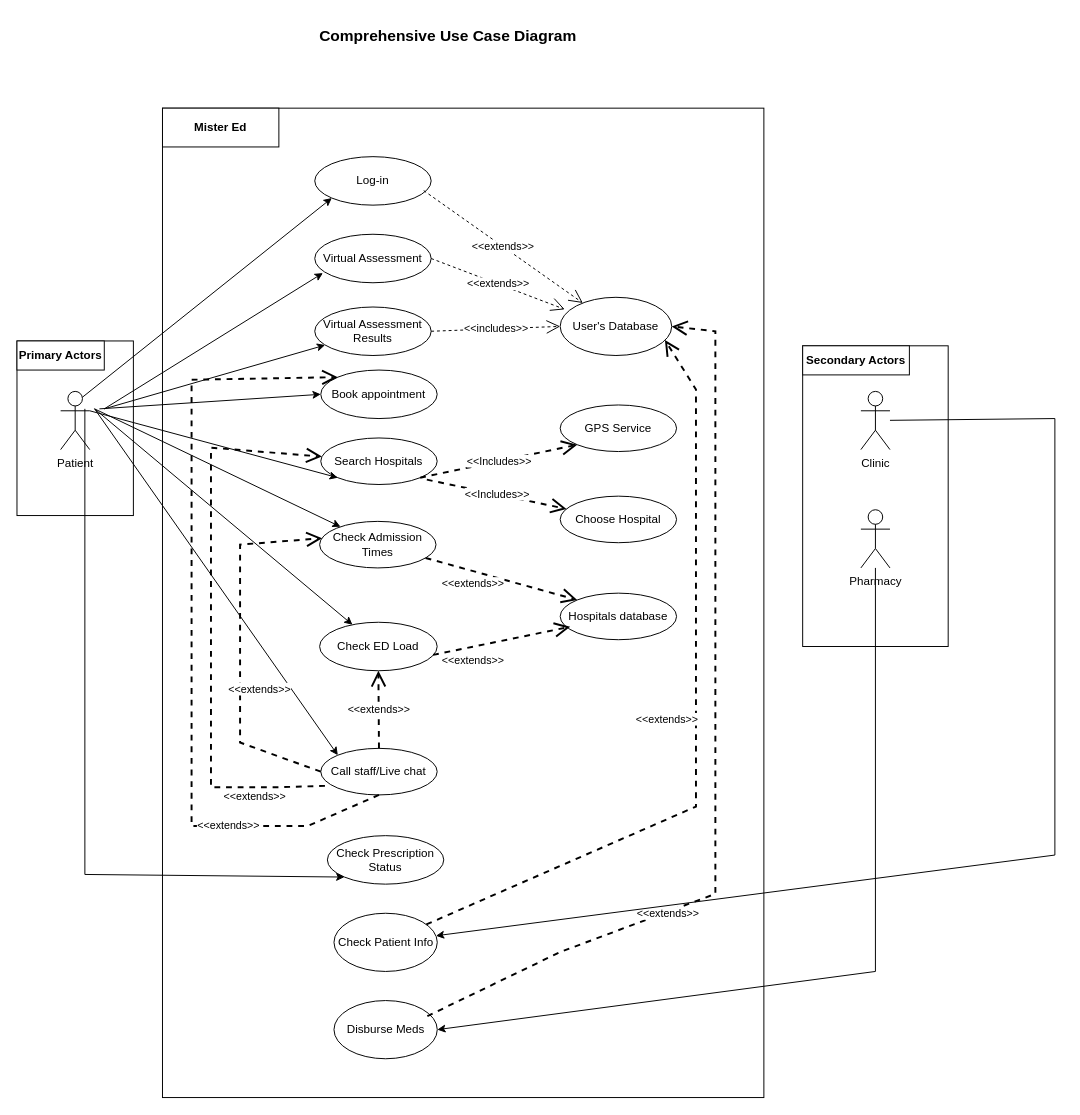
This is UC_03.drawio from SENG-350-2024-fall/Team-6, a draw.io file, before an edit. Source tidied: cells renumbered, new cells numbered last; positions are measured from the earlier drawing's top-left corner, leaving out a move shared by most shapes. Both pictures are drawn from the tidied source at 97%, with x=0, y=0 at pixel (16, 20).
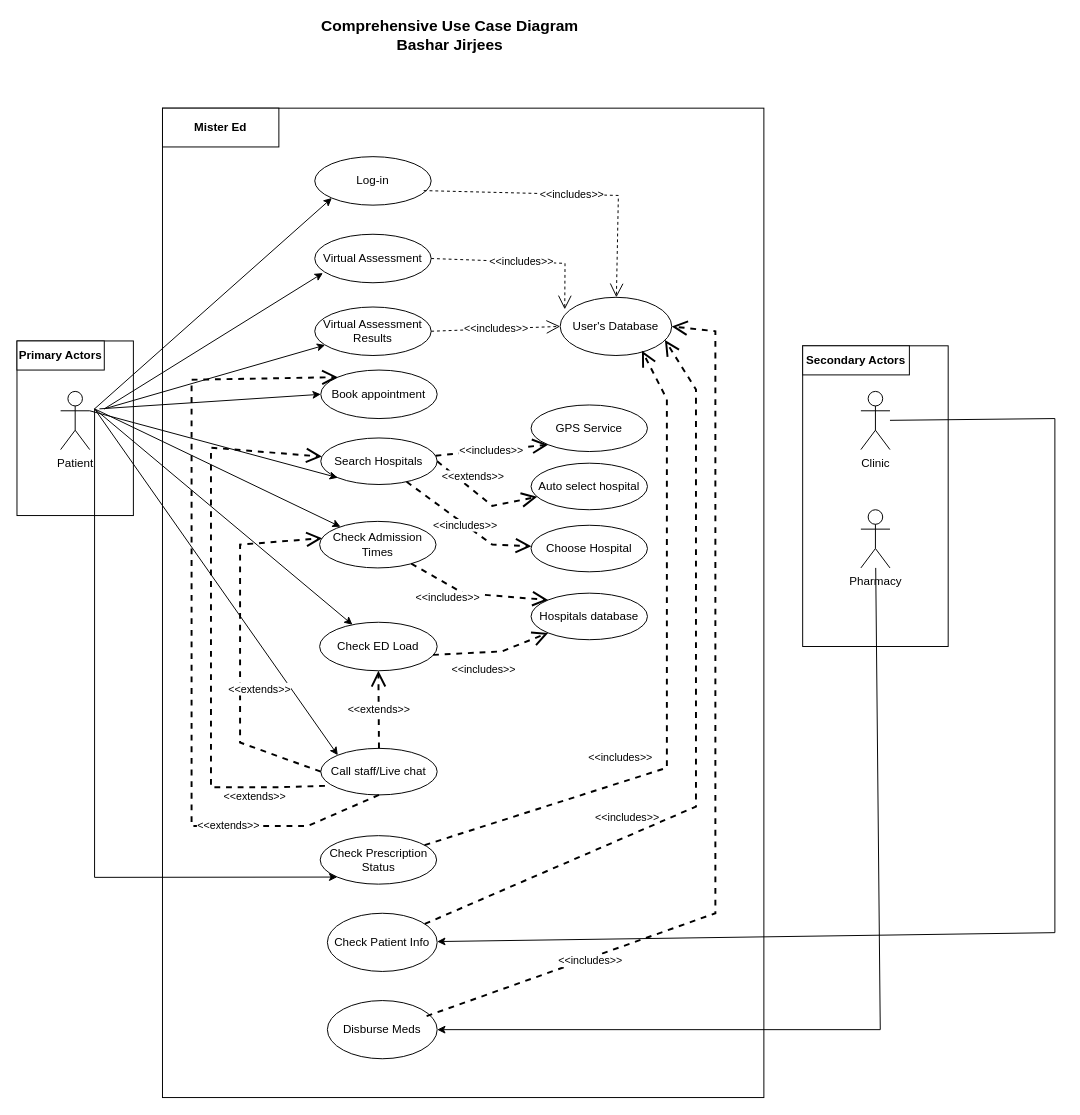
The same diagram, later.

Unchanged cells that the change refers to:
```xml
<mxCell id="3" value="Patient" style="shape=umlActor;verticalLabelPosition=bottom;verticalAlign=top;html=1;outlineConnect=0;" parent="1" vertex="1">
  <mxGeometry x="45" y="382" width="30" height="60" as="geometry" />
</mxCell>
<mxCell id="7" value="Check ED Load" style="ellipse;whiteSpace=wrap;html=1;" parent="1" vertex="1">
  <mxGeometry x="312" y="620" width="121.2" height="50" as="geometry" />
</mxCell>
<mxCell id="8" value="Check Admission Times" style="ellipse;whiteSpace=wrap;html=1;" parent="1" vertex="1">
  <mxGeometry x="312" y="516" width="120" height="48" as="geometry" />
</mxCell>
<mxCell id="10" value="Search Hospitals" style="ellipse;whiteSpace=wrap;html=1;" parent="1" vertex="1">
  <mxGeometry x="313.2" y="430" width="120" height="48" as="geometry" />
</mxCell>
<mxCell id="25" value="Log-in" style="ellipse;whiteSpace=wrap;html=1;" parent="1" vertex="1">
  <mxGeometry x="307" y="140" width="120" height="50" as="geometry" />
</mxCell>
<mxCell id="26" value="User's Database" style="ellipse;whiteSpace=wrap;html=1;" parent="1" vertex="1">
  <mxGeometry x="560" y="285" width="115" height="60" as="geometry" />
</mxCell>
<mxCell id="32" value="Clinic" style="shape=umlActor;verticalLabelPosition=bottom;verticalAlign=top;html=1;outlineConnect=0;" parent="1" vertex="1">
  <mxGeometry x="870" y="382" width="30" height="60" as="geometry" />
</mxCell>
<mxCell id="33" value="Pharmacy" style="shape=umlActor;verticalLabelPosition=bottom;verticalAlign=top;html=1;outlineConnect=0;" parent="1" vertex="1">
  <mxGeometry x="870" y="504" width="30" height="60" as="geometry" />
</mxCell>
<mxCell id="42" value="Virtual Assessment " style="ellipse;whiteSpace=wrap;html=1;" parent="1" vertex="1">
  <mxGeometry x="307" y="220" width="120" height="50" as="geometry" />
</mxCell>
```

What changed in the source:
```diff
@@
     <mxCell id="9" value="Hospitals database" style="ellipse;whiteSpace=wrap;html=1;" parent="1" vertex="1">
-      <mxGeometry x="560" y="590" width="120" height="48" as="geometry" />
+      <mxGeometry x="530" y="590" width="120" height="48" as="geometry" />
     </mxCell>
@@
     <mxCell id="16" value="GPS Service" style="ellipse;whiteSpace=wrap;html=1;" parent="1" vertex="1">
-      <mxGeometry x="560" y="396" width="120" height="48" as="geometry" />
+      <mxGeometry x="530" y="396" width="120" height="48" as="geometry" />
     </mxCell>
-    <mxCell id="17" value="&amp;lt;&amp;lt;Includes&amp;gt;&amp;gt;" style="endArrow=open;endSize=12;dashed=1;html=1;rounded=0;exitX=1;exitY=1;exitDx=0;exitDy=0;entryX=0;entryY=1;entryDx=0;entryDy=0;strokeWidth=2;" parent="1" edge="1" source="10" target="16">
+    <mxCell id="17" value="&amp;lt;&amp;lt;includes&amp;gt;&amp;gt;" style="endArrow=open;endSize=12;dashed=1;html=1;rounded=0;entryX=0;entryY=1;entryDx=0;entryDy=0;strokeWidth=2;" parent="1" edge="1" source="10" target="16">
       <mxGeometry relative="1" as="geometry" />
     </mxCell>
     <mxCell id="18" value="Choose Hospital" style="ellipse;whiteSpace=wrap;html=1;" parent="1" vertex="1">
-      <mxGeometry x="560" y="490" width="120" height="48" as="geometry" />
+      <mxGeometry x="530" y="520" width="120" height="48" as="geometry" />
     </mxCell>
-    <mxCell id="19" value="&amp;lt;&amp;lt;Includes&amp;gt;&amp;gt;" style="endArrow=open;endSize=12;dashed=1;html=1;rounded=0;exitX=0.911;exitY=0.896;exitDx=0;exitDy=0;exitPerimeter=0;strokeWidth=2;" parent="1" edge="1" source="10" target="18">
-      <mxGeometry relative="1" as="geometry" />
+    <mxCell id="19" value="&amp;lt;&amp;lt;includes&amp;gt;&amp;gt;" style="endArrow=open;endSize=12;dashed=1;html=1;rounded=0;strokeWidth=2;" parent="1" edge="1" source="10" target="18">
+      <mxGeometry relative="1" as="geometry">
+        <Array as="points">
+          <mxPoint x="490" y="540" />
+        </Array>
+      </mxGeometry>
     </mxCell>
-    <mxCell id="20" value="&amp;lt;&amp;lt;extends&amp;gt;&amp;gt;" style="endArrow=open;endSize=12;dashed=1;html=1;rounded=0;entryX=0;entryY=0;entryDx=0;entryDy=0;strokeWidth=2;" parent="1" edge="1" source="8" target="9">
-      <mxGeometry x="-0.33" y="-12" relative="1" as="geometry" />
+    <mxCell id="20" value="&amp;lt;&amp;lt;includes&amp;gt;&amp;gt;" style="endArrow=open;endSize=12;dashed=1;html=1;rounded=0;entryX=0;entryY=0;entryDx=0;entryDy=0;strokeWidth=2;" parent="1" edge="1" source="8" target="9">
+      <mxGeometry x="-0.33" y="-12" relative="1" as="geometry">
+        <Array as="points">
+          <mxPoint x="460" y="590" />
+        </Array>
+      </mxGeometry>
     </mxCell>
-    <mxCell id="21" value="&amp;lt;&amp;lt;extends&amp;gt;&amp;gt;" style="endArrow=open;endSize=12;dashed=1;html=1;rounded=0;entryX=0.086;entryY=0.722;entryDx=0;entryDy=0;exitX=0.965;exitY=0.673;exitDx=0;exitDy=0;exitPerimeter=0;entryPerimeter=0;strokeWidth=2;" parent="1" edge="1" source="7" target="9">
-      <mxGeometry x="-0.46" y="-14" relative="1" as="geometry" />
+    <mxCell id="21" value="&amp;lt;&amp;lt;includes&amp;gt;&amp;gt;" style="endArrow=open;endSize=12;dashed=1;html=1;rounded=0;entryX=0;entryY=1;entryDx=0;entryDy=0;exitX=0.965;exitY=0.673;exitDx=0;exitDy=0;exitPerimeter=0;strokeWidth=2;" parent="1" edge="1" source="7" target="9">
+      <mxGeometry x="-0.19" y="-18" relative="1" as="geometry">
+        <Array as="points">
+          <mxPoint x="500" y="650" />
+        </Array>
+        <mxPoint x="1" as="offset" />
+      </mxGeometry>
     </mxCell>
@@
-    <mxCell id="24" value="&lt;font style=&quot;font-size: 16px;&quot;&gt;&lt;b&gt;Comprehensive Use Case Diagram&lt;br&gt;&lt;/b&gt;&lt;/font&gt;" style="text;html=1;align=center;verticalAlign=middle;whiteSpace=wrap;rounded=0;" parent="1" vertex="1">
-      <mxGeometry x="307" width="275" height="30" as="geometry" />
+    <mxCell id="24" value="&lt;font style=&quot;font-size: 16px;&quot;&gt;&lt;b&gt;Comprehensive Use Case Diagram&lt;br&gt;Bashar Jirjees&lt;/b&gt;&lt;/font&gt;" style="text;html=1;align=center;verticalAlign=middle;whiteSpace=wrap;rounded=0;" parent="1" vertex="1">
+      <mxGeometry x="309" width="275" height="30" as="geometry" />
     </mxCell>
@@
-    <mxCell id="27" value="&amp;lt;&amp;lt;extends&amp;gt;&amp;gt;" style="endArrow=open;endSize=12;dashed=1;html=1;rounded=0;exitX=0.936;exitY=0.7;exitDx=0;exitDy=0;exitPerimeter=0;" parent="1" edge="1" source="25" target="26">
-      <mxGeometry relative="1" as="geometry" />
+    <mxCell id="27" value="&amp;lt;&amp;lt;includes&amp;gt;&amp;gt;" style="endArrow=open;endSize=12;dashed=1;html=1;rounded=0;exitX=0.936;exitY=0.7;exitDx=0;exitDy=0;exitPerimeter=0;" parent="1" edge="1" source="25" target="26">
+      <mxGeometry relative="1" as="geometry">
+        <Array as="points">
+          <mxPoint x="620" y="180" />
+        </Array>
+      </mxGeometry>
     </mxCell>
@@
     <mxCell id="34" value="Check Patient Info" style="ellipse;whiteSpace=wrap;html=1;" parent="1" vertex="1">
-      <mxGeometry x="326.8" y="920" width="106.5" height="60" as="geometry" />
+      <mxGeometry x="320" y="920" width="113.2" height="60" as="geometry" />
     </mxCell>
     <mxCell id="35" value="Disburse Meds" style="ellipse;whiteSpace=wrap;html=1;" parent="1" vertex="1">
-      <mxGeometry x="326.8" y="1010" width="106.5" height="60" as="geometry" />
+      <mxGeometry x="320" y="1010" width="113.2" height="60" as="geometry" />
     </mxCell>
-    <mxCell id="36" value="&amp;lt;&amp;lt;extends&amp;gt;&amp;gt;" style="endArrow=open;endSize=12;dashed=1;html=1;rounded=0;entryX=0.939;entryY=0.733;entryDx=0;entryDy=0;entryPerimeter=0;strokeWidth=2;" parent="1" edge="1" source="34" target="26">
-      <mxGeometry x="-0.01" y="30" relative="1" as="geometry">
+    <mxCell id="36" value="&amp;lt;&amp;lt;includes&amp;gt;&amp;gt;" style="endArrow=open;endSize=12;dashed=1;html=1;rounded=0;entryX=0.939;entryY=0.733;entryDx=0;entryDy=0;entryPerimeter=0;strokeWidth=2;" parent="1" edge="1" source="34" target="26">
+      <mxGeometry x="-0.41" y="19" relative="1" as="geometry">
         <Array as="points">
           <mxPoint x="700" y="810" />
           <mxPoint x="700" y="380" />
         </Array>
+        <mxPoint x="1" as="offset" />
       </mxGeometry>
     </mxCell>
-    <mxCell id="37" value="&amp;lt;&amp;lt;extends&amp;gt;&amp;gt;" style="endArrow=open;endSize=12;dashed=1;html=1;rounded=0;exitX=0.904;exitY=0.267;exitDx=0;exitDy=0;entryX=1;entryY=0.5;entryDx=0;entryDy=0;exitPerimeter=0;strokeWidth=2;" parent="1" edge="1" source="35" target="26">
-      <mxGeometry x="-0.43" y="-1" relative="1" as="geometry">
+    <mxCell id="37" value="&amp;lt;&amp;lt;includes&amp;gt;&amp;gt;" style="endArrow=open;endSize=12;dashed=1;html=1;rounded=0;exitX=0.904;exitY=0.267;exitDx=0;exitDy=0;entryX=1;entryY=0.5;entryDx=0;entryDy=0;exitPerimeter=0;strokeWidth=2;" parent="1" edge="1" source="35" target="26">
+      <mxGeometry x="-0.63" y="-3" relative="1" as="geometry">
         <Array as="points">
-          <mxPoint x="560" y="960" />
-          <mxPoint x="720" y="900" />
+          <mxPoint x="720" y="920" />
           <mxPoint x="720" y="389" />
           <mxPoint x="720" y="350" />
           <mxPoint x="720" y="320" />
         </Array>
       </mxGeometry>
     </mxCell>
     <mxCell id="38" style="endArrow=classic;html=1;rounded=0;entryX=1;entryY=0.5;entryDx=0;entryDy=0;" parent="1" edge="1" source="33" target="35">
       <mxGeometry relative="1" as="geometry">
         <Array as="points">
-          <mxPoint x="885" y="980" />
+          <mxPoint x="890" y="1040" />
         </Array>
       </mxGeometry>
     </mxCell>
     <mxCell id="39" style="endArrow=classic;html=1;rounded=0;" parent="1" edge="1" source="32" target="34">
       <mxGeometry relative="1" as="geometry">
         <Array as="points">
           <mxPoint x="1070" y="410" />
-          <mxPoint x="1070" y="860" />
+          <mxPoint x="1070" y="940" />
         </Array>
       </mxGeometry>
     </mxCell>
@@
-    <mxCell id="44" value="&amp;lt;&amp;lt;extends&amp;gt;&amp;gt;" style="endArrow=open;endSize=12;dashed=1;html=1;rounded=0;exitX=1;exitY=0.5;exitDx=0;exitDy=0;entryX=0.041;entryY=0.207;entryDx=0;entryDy=0;entryPerimeter=0;" parent="1" edge="1" source="42" target="26">
-      <mxGeometry relative="1" as="geometry" />
+    <mxCell id="44" value="&amp;lt;&amp;lt;includes&amp;gt;&amp;gt;" style="endArrow=open;endSize=12;dashed=1;html=1;rounded=0;exitX=1;exitY=0.5;exitDx=0;exitDy=0;entryX=0.041;entryY=0.207;entryDx=0;entryDy=0;entryPerimeter=0;" parent="1" edge="1" source="42" target="26">
+      <mxGeometry relative="1" as="geometry">
+        <Array as="points">
+          <mxPoint x="565" y="250" />
+        </Array>
+      </mxGeometry>
     </mxCell>
@@
     <mxCell id="48" value="Check Prescription Status" style="ellipse;whiteSpace=wrap;html=1;" parent="1" vertex="1">
-      <mxGeometry x="320" y="840" width="120" height="50" as="geometry" />
+      <mxGeometry x="312.6" y="840" width="120" height="50" as="geometry" />
     </mxCell>
-    <mxCell id="49" style="endArrow=classic;html=1;rounded=0;entryX=0;entryY=1;entryDx=0;entryDy=0;exitX=0.833;exitY=0.3;exitDx=0;exitDy=0;exitPerimeter=0;" parent="1" edge="1" source="3" target="48">
+    <mxCell id="49" style="endArrow=classic;html=1;rounded=0;entryX=0;entryY=1;entryDx=0;entryDy=0;" parent="1" edge="1" target="48">
       <mxGeometry relative="1" as="geometry">
+        <mxPoint x="80" y="400" as="sourcePoint" />
         <Array as="points">
-          <mxPoint x="70" y="880" />
+          <mxPoint x="80" y="883" />
         </Array>
       </mxGeometry>
     </mxCell>
-    <mxCell id="50" style="endArrow=classic;html=1;rounded=0;entryX=0;entryY=1;entryDx=0;entryDy=0;exitX=0.75;exitY=0.1;exitDx=0;exitDy=0;exitPerimeter=0;" parent="1" edge="1" source="3" target="25">
-      <mxGeometry relative="1" as="geometry" />
+    <mxCell id="50" style="endArrow=classic;html=1;rounded=0;entryX=0;entryY=1;entryDx=0;entryDy=0;" parent="1" edge="1" target="25">
+      <mxGeometry relative="1" as="geometry">
+        <mxPoint x="80" y="400" as="sourcePoint" />
+      </mxGeometry>
     </mxCell>
+    <mxCell id="51" value="Auto select hospital" style="ellipse;whiteSpace=wrap;html=1;" parent="1" vertex="1">
+      <mxGeometry x="530" y="456" width="120" height="48" as="geometry" />
+    </mxCell>
+    <mxCell id="52" value="&amp;lt;&amp;lt;extends&amp;gt;&amp;gt;" style="endArrow=open;endSize=12;dashed=1;html=1;rounded=0;exitX=1;exitY=0.5;exitDx=0;exitDy=0;strokeWidth=2;" parent="1" edge="1" source="10" target="51">
+      <mxGeometry x="-0.36" y="11" relative="1" as="geometry">
+        <Array as="points">
+          <mxPoint x="490" y="500" />
+        </Array>
+      </mxGeometry>
+    </mxCell>
+    <mxCell id="53" value="&amp;lt;&amp;lt;includes&amp;gt;&amp;gt;" style="endArrow=open;endSize=12;dashed=1;html=1;rounded=0;entryX=0.733;entryY=0.917;entryDx=0;entryDy=0;entryPerimeter=0;strokeWidth=2;" parent="1" edge="1" source="48" target="26">
+      <mxGeometry x="-0.37" y="24" relative="1" as="geometry">
+        <Array as="points">
+          <mxPoint x="670" y="770" />
+          <mxPoint x="670" y="390" />
+        </Array>
+      </mxGeometry>
+    </mxCell>
```
